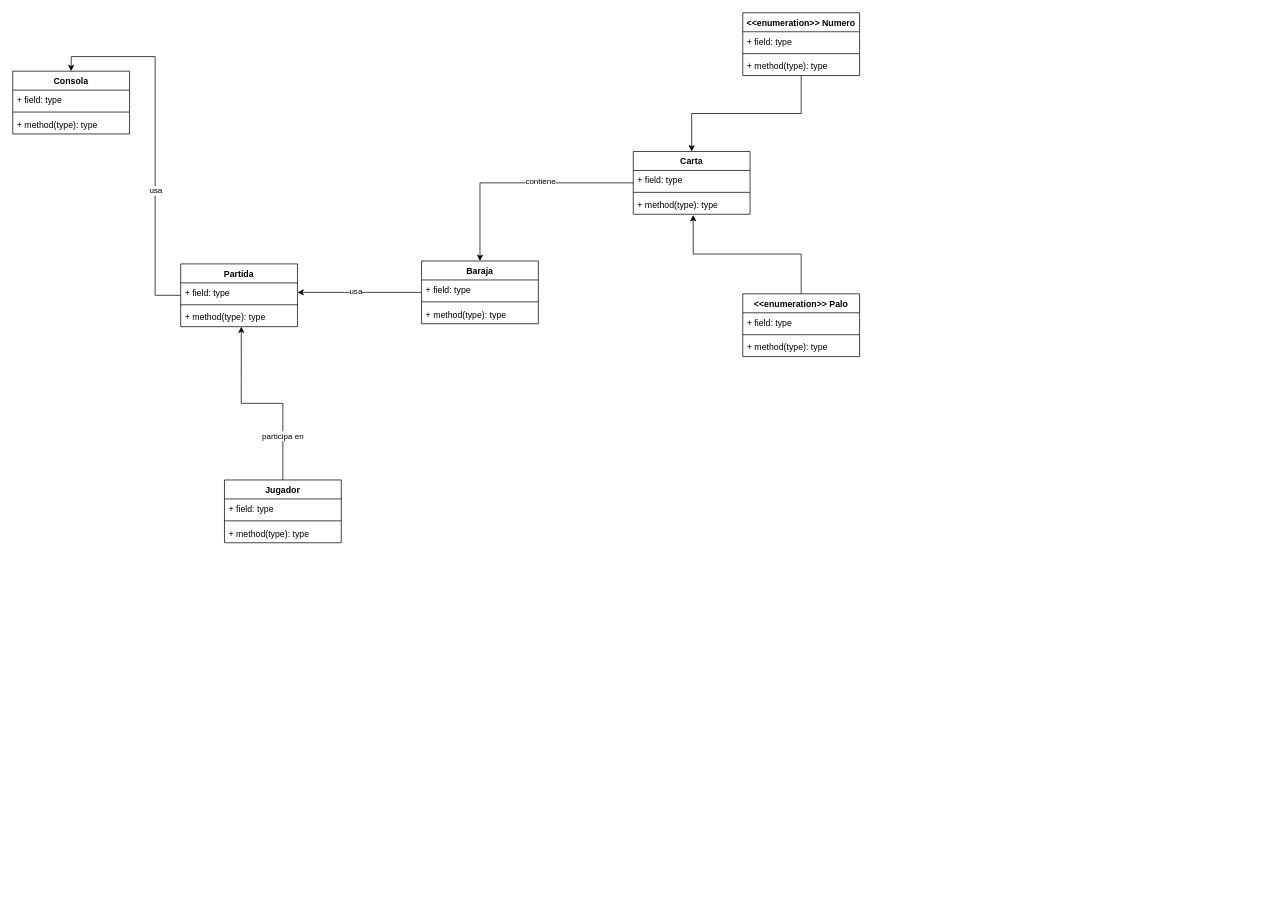
Before: diagrama/diagrama.drawio in jgonbur142/PE_Blackjack_JorgeGonzalez, a draw.io diagram. Source tidied: cells renumbered, new cells numbered last; positions are measured from the earlier drawing's top-left corner, leaving out a move shared by most shapes. Both pictures are drawn from the tidied source at 73%, with x=0, y=0 at pixel (12, 12).
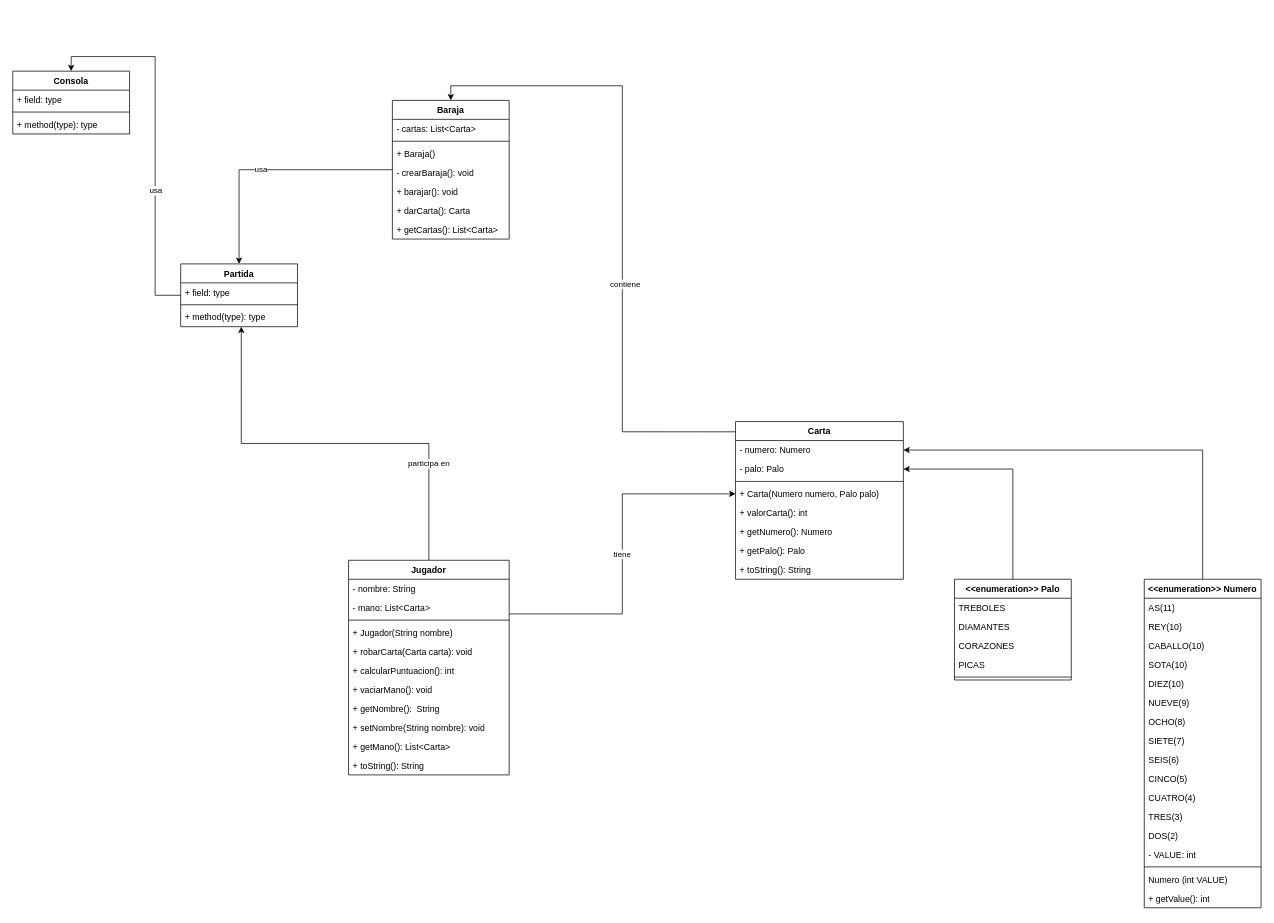
After the change.

Commit message (it also covers changes not shown here):
avances en Baraja, Carta, Palo, Jugador. Ediciones en diagrama y Numero

Unchanged cells that the change refers to:
```xml
<mxCell id="33" value="Partida" style="swimlane;fontStyle=1;align=center;verticalAlign=top;horizontal=1;startSize=26;whiteSpace=wrap;html=1;" parent="1" vertex="1">
  <mxGeometry x="230" y="344" width="160" height="86" as="geometry" />
</mxCell>
<mxCell id="34" value="+ field: type" style="text;strokeColor=none;fillColor=none;align=left;verticalAlign=top;spacingLeft=4;spacingRight=4;overflow=hidden;points=[[0,0.5],[1,0.5]];portConstraint=eastwest;whiteSpace=wrap;html=1;" parent="33" vertex="1">
  <mxGeometry y="26" width="160" height="26" as="geometry" />
</mxCell>
```

Diff of the diagram source:
```diff
@@
-    <mxCell id="2" style="edgeStyle=orthogonalEdgeStyle;rounded=0;jettySize=auto;html=1;entryX=1;entryY=0.5;entryDx=0;entryDy=0;" parent="1" edge="1" source="4" target="34">
+    <mxCell id="2" style="edgeStyle=orthogonalEdgeStyle;rounded=0;jettySize=auto;html=1;entryX=0.5;entryY=0;entryDx=0;entryDy=0;" parent="1" edge="1" source="4" target="33">
       <mxGeometry relative="1" as="geometry" />
     </mxCell>
@@
     <mxCell id="4" value="Baraja" style="swimlane;fontStyle=1;align=center;verticalAlign=top;horizontal=1;startSize=26;whiteSpace=wrap;html=1;" parent="1" vertex="1">
-      <mxGeometry x="560" y="340" width="160" height="86" as="geometry" />
+      <mxGeometry x="520" y="120" width="160" height="190" as="geometry" />
     </mxCell>
-    <mxCell id="5" value="+ field: type" style="text;strokeColor=none;fillColor=none;align=left;verticalAlign=top;spacingLeft=4;spacingRight=4;overflow=hidden;whiteSpace=wrap;html=1;" parent="4" vertex="1">
+    <mxCell id="5" value="- cartas: List&amp;lt;Carta&amp;gt;" style="text;strokeColor=none;fillColor=none;align=left;verticalAlign=top;spacingLeft=4;spacingRight=4;overflow=hidden;whiteSpace=wrap;html=1;" parent="4" vertex="1">
       <mxGeometry y="26" width="160" height="26" as="geometry" />
     </mxCell>
@@
-    <mxCell id="7" value="+ method(type): type" style="text;strokeColor=none;fillColor=none;align=left;verticalAlign=top;spacingLeft=4;spacingRight=4;overflow=hidden;whiteSpace=wrap;html=1;" parent="4" vertex="1">
+    <mxCell id="7" value="+ Baraja()" style="text;strokeColor=none;fillColor=none;align=left;verticalAlign=top;spacingLeft=4;spacingRight=4;overflow=hidden;whiteSpace=wrap;html=1;" parent="4" vertex="1">
       <mxGeometry y="60" width="160" height="26" as="geometry" />
     </mxCell>
+    <mxCell id="40" value="- crearBaraja(): void" style="text;strokeColor=none;fillColor=none;align=left;verticalAlign=top;spacingLeft=4;spacingRight=4;overflow=hidden;whiteSpace=wrap;html=1;" parent="4" vertex="1">
+      <mxGeometry y="86" width="160" height="26" as="geometry" />
+    </mxCell>
+    <mxCell id="41" value="+ barajar(): void" style="text;strokeColor=none;fillColor=none;align=left;verticalAlign=top;spacingLeft=4;spacingRight=4;overflow=hidden;whiteSpace=wrap;html=1;" parent="4" vertex="1">
+      <mxGeometry y="112" width="160" height="26" as="geometry" />
+    </mxCell>
+    <mxCell id="42" value="+ darCarta(): Carta" style="text;strokeColor=none;fillColor=none;align=left;verticalAlign=top;spacingLeft=4;spacingRight=4;overflow=hidden;whiteSpace=wrap;html=1;" parent="4" vertex="1">
+      <mxGeometry y="138" width="160" height="26" as="geometry" />
+    </mxCell>
+    <mxCell id="43" value="+ getCartas(): List&amp;lt;Carta&amp;gt;" style="text;strokeColor=none;fillColor=none;align=left;verticalAlign=top;spacingLeft=4;spacingRight=4;overflow=hidden;whiteSpace=wrap;html=1;" parent="4" vertex="1">
+      <mxGeometry y="164" width="160" height="26" as="geometry" />
+    </mxCell>
@@
-    <mxCell id="12" style="edgeStyle=orthogonalEdgeStyle;rounded=0;jettySize=auto;html=1;entryX=0.5;entryY=0;entryDx=0;entryDy=0;" parent="1" edge="1" source="14" target="4">
+    <mxCell id="12" style="edgeStyle=orthogonalEdgeStyle;rounded=0;jettySize=auto;html=1;entryX=0.5;entryY=0;entryDx=0;entryDy=0;exitX=0.004;exitY=0.065;exitDx=0;exitDy=0;exitPerimeter=0;" parent="1" edge="1" source="14" target="4">
       <mxGeometry relative="1" as="geometry" />
     </mxCell>
@@
     <mxCell id="14" value="Carta" style="swimlane;fontStyle=1;align=center;verticalAlign=top;horizontal=1;startSize=26;whiteSpace=wrap;html=1;" parent="1" vertex="1">
-      <mxGeometry x="850" y="190" width="160" height="86" as="geometry" />
+      <mxGeometry x="990" y="560" width="230" height="216" as="geometry" />
     </mxCell>
-    <mxCell id="15" value="+ field: type" style="text;strokeColor=none;fillColor=none;align=left;verticalAlign=top;spacingLeft=4;spacingRight=4;overflow=hidden;points=[[0,0.5],[1,0.5]];portConstraint=eastwest;whiteSpace=wrap;html=1;" parent="14" vertex="1">
-      <mxGeometry y="26" width="160" height="26" as="geometry" />
+    <mxCell id="15" value="- numero: Numero" style="text;strokeColor=none;fillColor=none;align=left;verticalAlign=top;spacingLeft=4;spacingRight=4;overflow=hidden;points=[[0,0.5],[1,0.5]];portConstraint=eastwest;whiteSpace=wrap;html=1;" parent="14" vertex="1">
+      <mxGeometry y="26" width="230" height="26" as="geometry" />
     </mxCell>
+    <mxCell id="44" value="- palo: Palo" style="text;strokeColor=none;fillColor=none;align=left;verticalAlign=top;spacingLeft=4;spacingRight=4;overflow=hidden;points=[[0,0.5],[1,0.5]];portConstraint=eastwest;whiteSpace=wrap;html=1;" parent="14" vertex="1">
+      <mxGeometry y="52" width="230" height="26" as="geometry" />
+    </mxCell>
     <mxCell id="16" style="line;strokeWidth=1;fillColor=none;align=left;verticalAlign=middle;spacingTop=-1;spacingLeft=3;spacingRight=3;labelPosition=right;strokeColor=inherit;" parent="14" vertex="1">
-      <mxGeometry y="52" width="160" height="8" as="geometry" />
+      <mxGeometry y="78" width="230" height="8" as="geometry" />
     </mxCell>
-    <mxCell id="17" value="+ method(type): type" style="text;strokeColor=none;fillColor=none;align=left;verticalAlign=top;spacingLeft=4;spacingRight=4;overflow=hidden;points=[[0,0.5],[1,0.5]];portConstraint=eastwest;whiteSpace=wrap;html=1;" parent="14" vertex="1">
-      <mxGeometry y="60" width="160" height="26" as="geometry" />
+    <mxCell id="17" value="+ Carta(Numero numero, Palo palo)" style="text;strokeColor=none;fillColor=none;align=left;verticalAlign=top;spacingLeft=4;spacingRight=4;overflow=hidden;points=[[0,0.5],[1,0.5]];portConstraint=eastwest;whiteSpace=wrap;html=1;" parent="14" vertex="1">
+      <mxGeometry y="86" width="230" height="26" as="geometry" />
     </mxCell>
+    <mxCell id="45" value="+ valorCarta(): int" style="text;strokeColor=none;fillColor=none;align=left;verticalAlign=top;spacingLeft=4;spacingRight=4;overflow=hidden;whiteSpace=wrap;html=1;" parent="14" vertex="1">
+      <mxGeometry y="112" width="230" height="26" as="geometry" />
+    </mxCell>
+    <mxCell id="46" value="+ getNumero(): Numero" style="text;strokeColor=none;fillColor=none;align=left;verticalAlign=top;spacingLeft=4;spacingRight=4;overflow=hidden;whiteSpace=wrap;html=1;" parent="14" vertex="1">
+      <mxGeometry y="138" width="230" height="26" as="geometry" />
+    </mxCell>
+    <mxCell id="47" value="+ getPalo(): Palo" style="text;strokeColor=none;fillColor=none;align=left;verticalAlign=top;spacingLeft=4;spacingRight=4;overflow=hidden;whiteSpace=wrap;html=1;" parent="14" vertex="1">
+      <mxGeometry y="164" width="230" height="26" as="geometry" />
+    </mxCell>
+    <mxCell id="48" value="+ toString(): String" style="text;strokeColor=none;fillColor=none;align=left;verticalAlign=top;spacingLeft=4;spacingRight=4;overflow=hidden;whiteSpace=wrap;html=1;" parent="14" vertex="1">
+      <mxGeometry y="190" width="230" height="26" as="geometry" />
+    </mxCell>
     <mxCell id="18" value="&amp;lt;&amp;lt;enumeration&amp;gt;&amp;gt; Palo" style="swimlane;fontStyle=1;align=center;verticalAlign=top;horizontal=1;startSize=26;whiteSpace=wrap;html=1;" parent="1" vertex="1">
-      <mxGeometry x="1000" y="385" width="160" height="86" as="geometry" />
+      <mxGeometry x="1290" y="776" width="160" height="138" as="geometry" />
     </mxCell>
-    <mxCell id="19" value="+ field: type" style="text;strokeColor=none;fillColor=none;align=left;verticalAlign=top;spacingLeft=4;spacingRight=4;overflow=hidden;whiteSpace=wrap;html=1;" parent="18" vertex="1">
+    <mxCell id="19" value="TREBOLES" style="text;strokeColor=none;fillColor=none;align=left;verticalAlign=top;spacingLeft=4;spacingRight=4;overflow=hidden;whiteSpace=wrap;html=1;" parent="18" vertex="1">
       <mxGeometry y="26" width="160" height="26" as="geometry" />
     </mxCell>
+    <mxCell id="49" value="DIAMANTES" style="text;strokeColor=none;fillColor=none;align=left;verticalAlign=top;spacingLeft=4;spacingRight=4;overflow=hidden;whiteSpace=wrap;html=1;" parent="18" vertex="1">
+      <mxGeometry y="52" width="160" height="26" as="geometry" />
+    </mxCell>
+    <mxCell id="50" value="CORAZONES" style="text;strokeColor=none;fillColor=none;align=left;verticalAlign=top;spacingLeft=4;spacingRight=4;overflow=hidden;whiteSpace=wrap;html=1;" parent="18" vertex="1">
+      <mxGeometry y="78" width="160" height="26" as="geometry" />
+    </mxCell>
+    <mxCell id="51" value="PICAS" style="text;strokeColor=none;fillColor=none;align=left;verticalAlign=top;spacingLeft=4;spacingRight=4;overflow=hidden;whiteSpace=wrap;html=1;" parent="18" vertex="1">
+      <mxGeometry y="104" width="160" height="26" as="geometry" />
+    </mxCell>
     <mxCell id="20" style="line;strokeWidth=1;fillColor=none;align=left;verticalAlign=middle;spacingTop=-1;spacingLeft=3;spacingRight=3;labelPosition=right;strokeColor=inherit;" parent="18" vertex="1">
-      <mxGeometry y="52" width="160" height="8" as="geometry" />
+      <mxGeometry y="130" width="160" height="8" as="geometry" />
     </mxCell>
-    <mxCell id="21" value="+ method(type): type" style="text;strokeColor=none;fillColor=none;align=left;verticalAlign=top;spacingLeft=4;spacingRight=4;overflow=hidden;whiteSpace=wrap;html=1;" parent="18" vertex="1">
-      <mxGeometry y="60" width="160" height="26" as="geometry" />
-    </mxCell>
-    <mxCell id="22" style="edgeStyle=orthogonalEdgeStyle;rounded=0;jettySize=auto;html=1;entryX=0.5;entryY=0;entryDx=0;entryDy=0;" parent="1" edge="1" source="23" target="14">
+    <mxCell id="22" style="edgeStyle=orthogonalEdgeStyle;rounded=0;jettySize=auto;html=1;entryX=1;entryY=0.5;entryDx=0;entryDy=0;exitX=0.5;exitY=0;exitDx=0;exitDy=0;" parent="1" edge="1" source="23" target="15">
       <mxGeometry relative="1" as="geometry" />
     </mxCell>
-    <mxCell id="23" value="&amp;lt;&amp;lt;enumeration&amp;gt;&amp;gt; Numero" style="swimlane;fontStyle=1;align=center;verticalAlign=top;horizontal=1;startSize=26;whiteSpace=wrap;html=1;" parent="1" vertex="1">
-      <mxGeometry x="1000" width="160" height="86" as="geometry" />
-    </mxCell>
-    <mxCell id="24" value="+ field: type" style="text;strokeColor=none;fillColor=none;align=left;verticalAlign=top;spacingLeft=4;spacingRight=4;overflow=hidden;whiteSpace=wrap;html=1;" parent="23" vertex="1">
-      <mxGeometry y="26" width="160" height="26" as="geometry" />
-    </mxCell>
-    <mxCell id="25" style="line;strokeWidth=1;fillColor=none;align=left;verticalAlign=middle;spacingTop=-1;spacingLeft=3;spacingRight=3;labelPosition=right;strokeColor=inherit;" parent="23" vertex="1">
-      <mxGeometry y="52" width="160" height="8" as="geometry" />
-    </mxCell>
-    <mxCell id="26" value="+ method(type): type" style="text;strokeColor=none;fillColor=none;align=left;verticalAlign=top;spacingLeft=4;spacingRight=4;overflow=hidden;whiteSpace=wrap;html=1;" parent="23" vertex="1">
-      <mxGeometry y="60" width="160" height="26" as="geometry" />
-    </mxCell>
+    <mxCell id="52" value="tiene" style="edgeStyle=orthogonalEdgeStyle;rounded=0;jettySize=auto;html=1;exitX=1;exitY=0.25;exitDx=0;exitDy=0;entryX=0;entryY=0.5;entryDx=0;entryDy=0;" parent="1" edge="1" source="27" target="17">
+      <mxGeometry relative="1" as="geometry" />
+    </mxCell>
     <mxCell id="27" value="Jugador" style="swimlane;fontStyle=1;align=center;verticalAlign=top;horizontal=1;startSize=26;whiteSpace=wrap;html=1;" parent="1" vertex="1">
-      <mxGeometry x="290" y="640" width="160" height="86" as="geometry" />
+      <mxGeometry x="460" y="750" width="220" height="294" as="geometry" />
     </mxCell>
-    <mxCell id="28" value="+ field: type" style="text;strokeColor=none;fillColor=none;align=left;verticalAlign=top;spacingLeft=4;spacingRight=4;overflow=hidden;whiteSpace=wrap;html=1;" parent="27" vertex="1">
-      <mxGeometry y="26" width="160" height="26" as="geometry" />
+    <mxCell id="28" value="- nombre: String" style="text;strokeColor=none;fillColor=none;align=left;verticalAlign=top;spacingLeft=4;spacingRight=4;overflow=hidden;whiteSpace=wrap;html=1;" parent="27" vertex="1">
+      <mxGeometry y="26" width="220" height="26" as="geometry" />
     </mxCell>
+    <mxCell id="53" value="- mano: List&amp;lt;Carta&amp;gt;" style="text;strokeColor=none;fillColor=none;align=left;verticalAlign=top;spacingLeft=4;spacingRight=4;overflow=hidden;whiteSpace=wrap;html=1;" parent="27" vertex="1">
+      <mxGeometry y="52" width="220" height="26" as="geometry" />
+    </mxCell>
     <mxCell id="29" style="line;strokeWidth=1;fillColor=none;align=left;verticalAlign=middle;spacingTop=-1;spacingLeft=3;spacingRight=3;labelPosition=right;strokeColor=inherit;" parent="27" vertex="1">
-      <mxGeometry y="52" width="160" height="8" as="geometry" />
+      <mxGeometry y="78" width="220" height="8" as="geometry" />
     </mxCell>
-    <mxCell id="30" value="+ method(type): type" style="text;strokeColor=none;fillColor=none;align=left;verticalAlign=top;spacingLeft=4;spacingRight=4;overflow=hidden;whiteSpace=wrap;html=1;" parent="27" vertex="1">
-      <mxGeometry y="60" width="160" height="26" as="geometry" />
+    <mxCell id="30" value="+ Jugador(String nombre)" style="text;strokeColor=none;fillColor=none;align=left;verticalAlign=top;spacingLeft=4;spacingRight=4;overflow=hidden;whiteSpace=wrap;html=1;" parent="27" vertex="1">
+      <mxGeometry y="86" width="220" height="26" as="geometry" />
     </mxCell>
+    <mxCell id="54" value="+ robarCarta(Carta carta): void" style="text;strokeColor=none;fillColor=none;align=left;verticalAlign=top;spacingLeft=4;spacingRight=4;overflow=hidden;whiteSpace=wrap;html=1;" parent="27" vertex="1">
+      <mxGeometry y="112" width="220" height="26" as="geometry" />
+    </mxCell>
+    <mxCell id="55" value="+ calcularPuntuacion(): int" style="text;strokeColor=none;fillColor=none;align=left;verticalAlign=top;spacingLeft=4;spacingRight=4;overflow=hidden;whiteSpace=wrap;html=1;" parent="27" vertex="1">
+      <mxGeometry y="138" width="220" height="26" as="geometry" />
+    </mxCell>
+    <mxCell id="56" value="+ vaciarMano(): void" style="text;strokeColor=none;fillColor=none;align=left;verticalAlign=top;spacingLeft=4;spacingRight=4;overflow=hidden;whiteSpace=wrap;html=1;" parent="27" vertex="1">
+      <mxGeometry y="164" width="220" height="26" as="geometry" />
+    </mxCell>
+    <mxCell id="57" value="+ getNombre():&amp;nbsp; String" style="text;strokeColor=none;fillColor=none;align=left;verticalAlign=top;spacingLeft=4;spacingRight=4;overflow=hidden;whiteSpace=wrap;html=1;" parent="27" vertex="1">
+      <mxGeometry y="190" width="220" height="26" as="geometry" />
+    </mxCell>
+    <mxCell id="58" value="+ setNombre(String nombre): void" style="text;strokeColor=none;fillColor=none;align=left;verticalAlign=top;spacingLeft=4;spacingRight=4;overflow=hidden;whiteSpace=wrap;html=1;" parent="27" vertex="1">
+      <mxGeometry y="216" width="220" height="26" as="geometry" />
+    </mxCell>
+    <mxCell id="59" value="+ getMano(): List&amp;lt;Carta&amp;gt;" style="text;strokeColor=none;fillColor=none;align=left;verticalAlign=top;spacingLeft=4;spacingRight=4;overflow=hidden;whiteSpace=wrap;html=1;" parent="27" vertex="1">
+      <mxGeometry y="242" width="220" height="26" as="geometry" />
+    </mxCell>
+    <mxCell id="60" value="+ toString(): String" style="text;strokeColor=none;fillColor=none;align=left;verticalAlign=top;spacingLeft=4;spacingRight=4;overflow=hidden;whiteSpace=wrap;html=1;" parent="27" vertex="1">
+      <mxGeometry y="268" width="220" height="26" as="geometry" />
+    </mxCell>
@@
-    <mxCell id="39" style="edgeStyle=orthogonalEdgeStyle;rounded=0;jettySize=auto;html=1;entryX=0.513;entryY=1.038;entryDx=0;entryDy=0;entryPerimeter=0;" parent="1" edge="1" source="18" target="17">
+    <mxCell id="39" style="edgeStyle=orthogonalEdgeStyle;rounded=0;jettySize=auto;html=1;entryX=1;entryY=0.5;entryDx=0;entryDy=0;" parent="1" edge="1" source="18" target="44">
       <mxGeometry relative="1" as="geometry" />
     </mxCell>
+    <mxCell id="23" value="&amp;lt;&amp;lt;enumeration&amp;gt;&amp;gt; Numero" style="swimlane;fontStyle=1;align=center;verticalAlign=top;horizontal=1;startSize=26;whiteSpace=wrap;html=1;" parent="1" vertex="1">
+      <mxGeometry x="1550" y="776" width="160" height="450" as="geometry" />
+    </mxCell>
+    <mxCell id="61" value="AS(11)" style="text;strokeColor=none;fillColor=none;align=left;verticalAlign=top;spacingLeft=4;spacingRight=4;overflow=hidden;whiteSpace=wrap;html=1;" parent="23" vertex="1">
+      <mxGeometry y="26" width="160" height="26" as="geometry" />
+    </mxCell>
+    <mxCell id="62" value="REY(10)" style="text;strokeColor=none;fillColor=none;align=left;verticalAlign=top;spacingLeft=4;spacingRight=4;overflow=hidden;whiteSpace=wrap;html=1;" parent="23" vertex="1">
+      <mxGeometry y="52" width="160" height="26" as="geometry" />
+    </mxCell>
+    <mxCell id="63" value="CABALLO(10)" style="text;strokeColor=none;fillColor=none;align=left;verticalAlign=top;spacingLeft=4;spacingRight=4;overflow=hidden;whiteSpace=wrap;html=1;" parent="23" vertex="1">
+      <mxGeometry y="78" width="160" height="26" as="geometry" />
+    </mxCell>
+    <mxCell id="64" value="SOTA(10)" style="text;strokeColor=none;fillColor=none;align=left;verticalAlign=top;spacingLeft=4;spacingRight=4;overflow=hidden;whiteSpace=wrap;html=1;" parent="23" vertex="1">
+      <mxGeometry y="104" width="160" height="26" as="geometry" />
+    </mxCell>
+    <mxCell id="65" value="DIEZ(10)" style="text;strokeColor=none;fillColor=none;align=left;verticalAlign=top;spacingLeft=4;spacingRight=4;overflow=hidden;whiteSpace=wrap;html=1;" parent="23" vertex="1">
+      <mxGeometry y="130" width="160" height="26" as="geometry" />
+    </mxCell>
+    <mxCell id="66" value="NUEVE(9)" style="text;strokeColor=none;fillColor=none;align=left;verticalAlign=top;spacingLeft=4;spacingRight=4;overflow=hidden;whiteSpace=wrap;html=1;" parent="23" vertex="1">
+      <mxGeometry y="156" width="160" height="26" as="geometry" />
+    </mxCell>
+    <mxCell id="67" value="OCHO(8)" style="text;strokeColor=none;fillColor=none;align=left;verticalAlign=top;spacingLeft=4;spacingRight=4;overflow=hidden;whiteSpace=wrap;html=1;" parent="23" vertex="1">
+      <mxGeometry y="182" width="160" height="26" as="geometry" />
+    </mxCell>
+    <mxCell id="68" value="SIETE(7)" style="text;strokeColor=none;fillColor=none;align=left;verticalAlign=top;spacingLeft=4;spacingRight=4;overflow=hidden;whiteSpace=wrap;html=1;" parent="23" vertex="1">
+      <mxGeometry y="208" width="160" height="26" as="geometry" />
+    </mxCell>
+    <mxCell id="69" value="SEIS(6)" style="text;strokeColor=none;fillColor=none;align=left;verticalAlign=top;spacingLeft=4;spacingRight=4;overflow=hidden;whiteSpace=wrap;html=1;" parent="23" vertex="1">
+      <mxGeometry y="234" width="160" height="26" as="geometry" />
+    </mxCell>
+    <mxCell id="70" value="CINCO(5)" style="text;strokeColor=none;fillColor=none;align=left;verticalAlign=top;spacingLeft=4;spacingRight=4;overflow=hidden;whiteSpace=wrap;html=1;" parent="23" vertex="1">
+      <mxGeometry y="260" width="160" height="26" as="geometry" />
+    </mxCell>
+    <mxCell id="71" value="CUATRO(4)" style="text;strokeColor=none;fillColor=none;align=left;verticalAlign=top;spacingLeft=4;spacingRight=4;overflow=hidden;whiteSpace=wrap;html=1;" parent="23" vertex="1">
+      <mxGeometry y="286" width="160" height="26" as="geometry" />
+    </mxCell>
+    <mxCell id="72" value="TRES(3)" style="text;strokeColor=none;fillColor=none;align=left;verticalAlign=top;spacingLeft=4;spacingRight=4;overflow=hidden;whiteSpace=wrap;html=1;" parent="23" vertex="1">
+      <mxGeometry y="312" width="160" height="26" as="geometry" />
+    </mxCell>
+    <mxCell id="73" value="DOS(2)" style="text;strokeColor=none;fillColor=none;align=left;verticalAlign=top;spacingLeft=4;spacingRight=4;overflow=hidden;whiteSpace=wrap;html=1;" parent="23" vertex="1">
+      <mxGeometry y="338" width="160" height="26" as="geometry" />
+    </mxCell>
+    <mxCell id="74" value="- VALUE: int" style="text;strokeColor=none;fillColor=none;align=left;verticalAlign=top;spacingLeft=4;spacingRight=4;overflow=hidden;whiteSpace=wrap;html=1;" parent="23" vertex="1">
+      <mxGeometry y="364" width="160" height="26" as="geometry" />
+    </mxCell>
+    <mxCell id="75" style="line;strokeWidth=1;fillColor=none;align=left;verticalAlign=middle;spacingTop=-1;spacingLeft=3;spacingRight=3;labelPosition=right;strokeColor=inherit;" parent="23" vertex="1">
+      <mxGeometry y="390" width="160" height="8" as="geometry" />
+    </mxCell>
+    <mxCell id="76" value="Numero (int VALUE)" style="text;strokeColor=none;fillColor=none;align=left;verticalAlign=top;spacingLeft=4;spacingRight=4;overflow=hidden;whiteSpace=wrap;html=1;" parent="23" vertex="1">
+      <mxGeometry y="398" width="160" height="26" as="geometry" />
+    </mxCell>
+    <mxCell id="77" value="+ getValue(): int" style="text;strokeColor=none;fillColor=none;align=left;verticalAlign=top;spacingLeft=4;spacingRight=4;overflow=hidden;whiteSpace=wrap;html=1;" parent="23" vertex="1">
+      <mxGeometry y="424" width="160" height="26" as="geometry" />
+    </mxCell>
```
